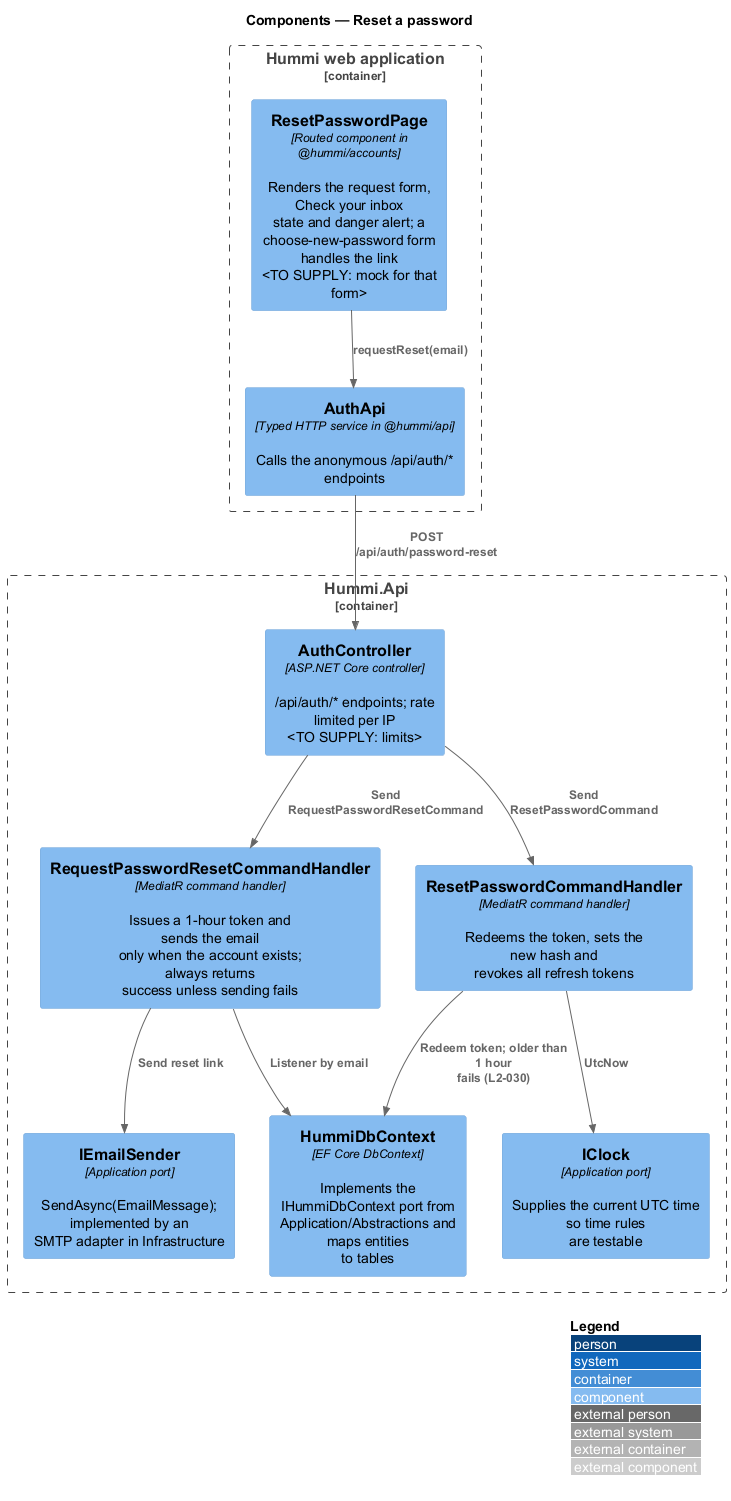
The PlantUML diagram docs/detailed-designs/accounts/reset-password/diagrams/c4-component.png in QuinntyneBrown/hummi, before a commit. Source of this version:
```plantuml
@startuml
!include <C4/C4_Component>
LAYOUT_WITH_LEGEND()
title Components — Reset a password

Container_Boundary(spa, "Hummi web application") {
  Component(page, "ResetPasswordPage", "Routed component in @hummi/accounts", "Renders the request form, Check your inbox\nstate and danger alert; a\nchoose-new-password form handles the link\n<TO SUPPLY: mock for that form>")
  Component(client, "AuthApi", "Typed HTTP service in @hummi/api", "Calls the anonymous /api/auth/* endpoints")
}
Container_Boundary(api, "Hummi.Api") {
  Component(ctl, "AuthController", "ASP.NET Core controller", "/api/auth/* endpoints; rate limited per IP\n<TO SUPPLY: limits>")
  Component(cmd, "RequestPasswordResetCommandHandler", "MediatR command handler", "Issues a 1-hour token and sends the email\nonly when the account exists; always returns\nsuccess unless sending fails")
  Component(redeem, "ResetPasswordCommandHandler", "MediatR command handler", "Redeems the token, sets the new hash and\nrevokes all refresh tokens")
  Component(mail, "IEmailSender", "Application port", "SendAsync(EmailMessage); implemented by an\nSMTP adapter in Infrastructure")
  Component(clock, "IClock", "Application port", "Supplies the current UTC time so time rules\nare testable")
  Component(ctx, "HummiDbContext", "EF Core DbContext", "Implements the IHummiDbContext port from\nApplication/Abstractions and maps entities\nto tables")
}
Rel(page, client, "requestReset(email)")
Rel(client, ctl, "POST /api/auth/password-reset")
Rel(ctl, cmd, "Send RequestPasswordResetCommand")
Rel(cmd, ctx, "Listener by email")
Rel(cmd, mail, "Send reset link")
Rel(ctl, redeem, "Send ResetPasswordCommand")
Rel(redeem, clock, "UtcNow")
Rel(redeem, ctx, "Redeem token; older than 1 hour\nfails (L2-030)")
@enduml
```
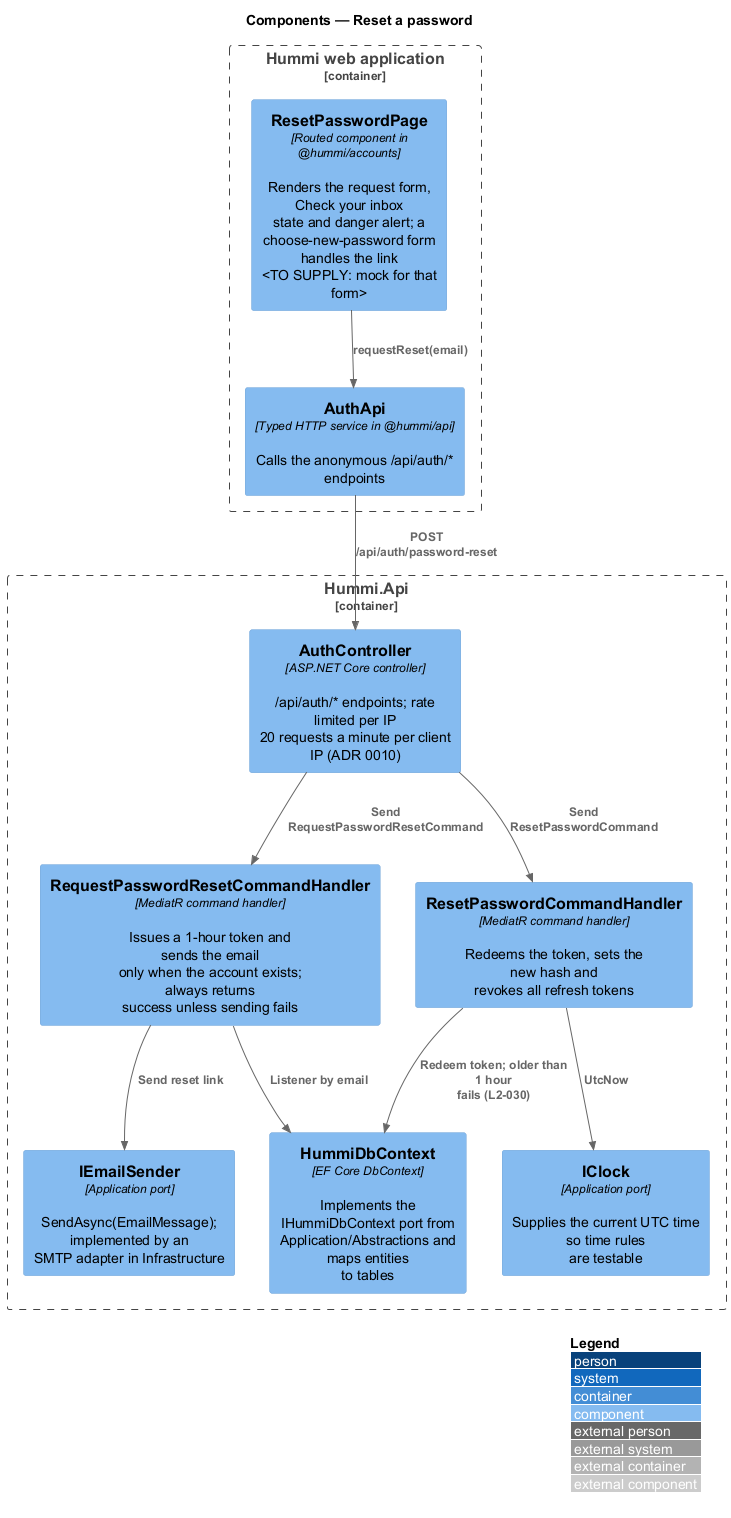
Above is the later version.

Change to the diagram source:
```diff
@@ -8,7 +8,7 @@
   Component(client, "AuthApi", "Typed HTTP service in @hummi/api", "Calls the anonymous /api/auth/* endpoints")
 }
 Container_Boundary(api, "Hummi.Api") {
-  Component(ctl, "AuthController", "ASP.NET Core controller", "/api/auth/* endpoints; rate limited per IP\n<TO SUPPLY: limits>")
+  Component(ctl, "AuthController", "ASP.NET Core controller", "/api/auth/* endpoints; rate limited per IP\n20 requests a minute per client IP (ADR 0010)")
   Component(cmd, "RequestPasswordResetCommandHandler", "MediatR command handler", "Issues a 1-hour token and sends the email\nonly when the account exists; always returns\nsuccess unless sending fails")
   Component(redeem, "ResetPasswordCommandHandler", "MediatR command handler", "Redeems the token, sets the new hash and\nrevokes all refresh tokens")
   Component(mail, "IEmailSender", "Application port", "SendAsync(EmailMessage); implemented by an\nSMTP adapter in Infrastructure")
```
